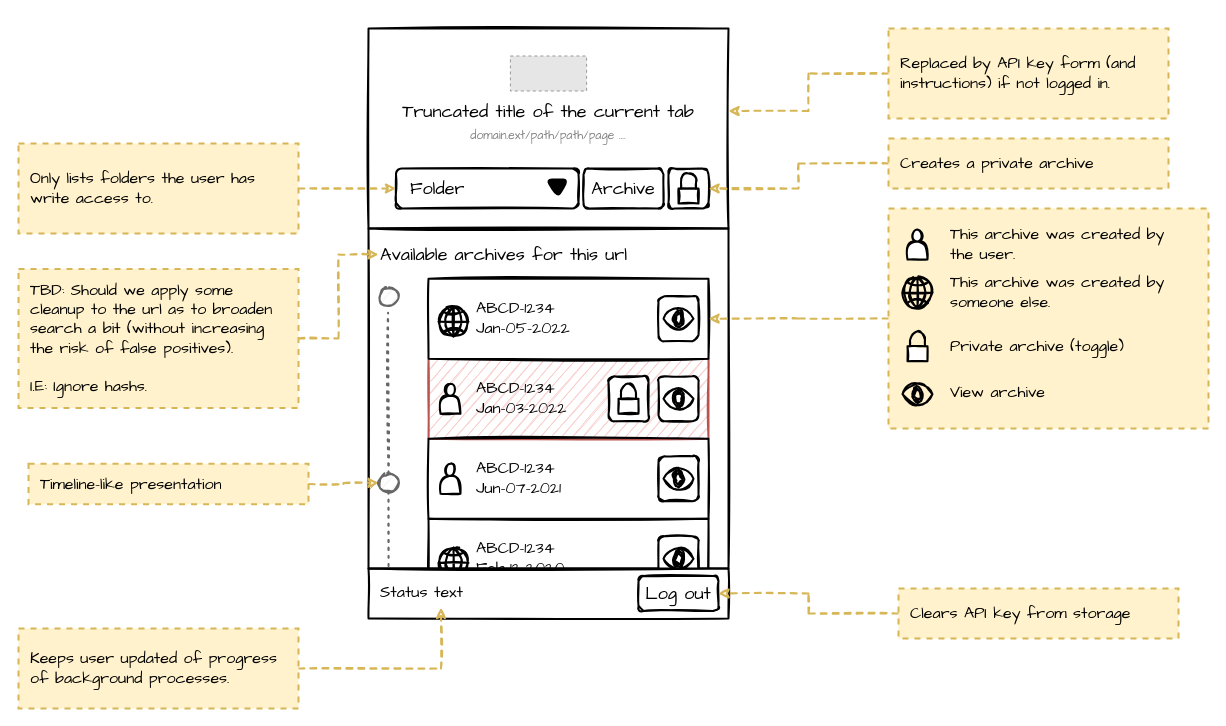
Above: misc/ux-wireframes.drawio in harvard-lil/perma-extension (draw.io), before the change. Source tidied: cells renumbered, new cells numbered last; positions are measured from the earlier drawing's top-left corner, leaving out a move shared by most shapes. Both pictures are drawn from the tidied source at 100%, with x=0, y=0 at pixel (18, 28). Pictures stored in the file or linked from it are replaced by grey dashed boxes.
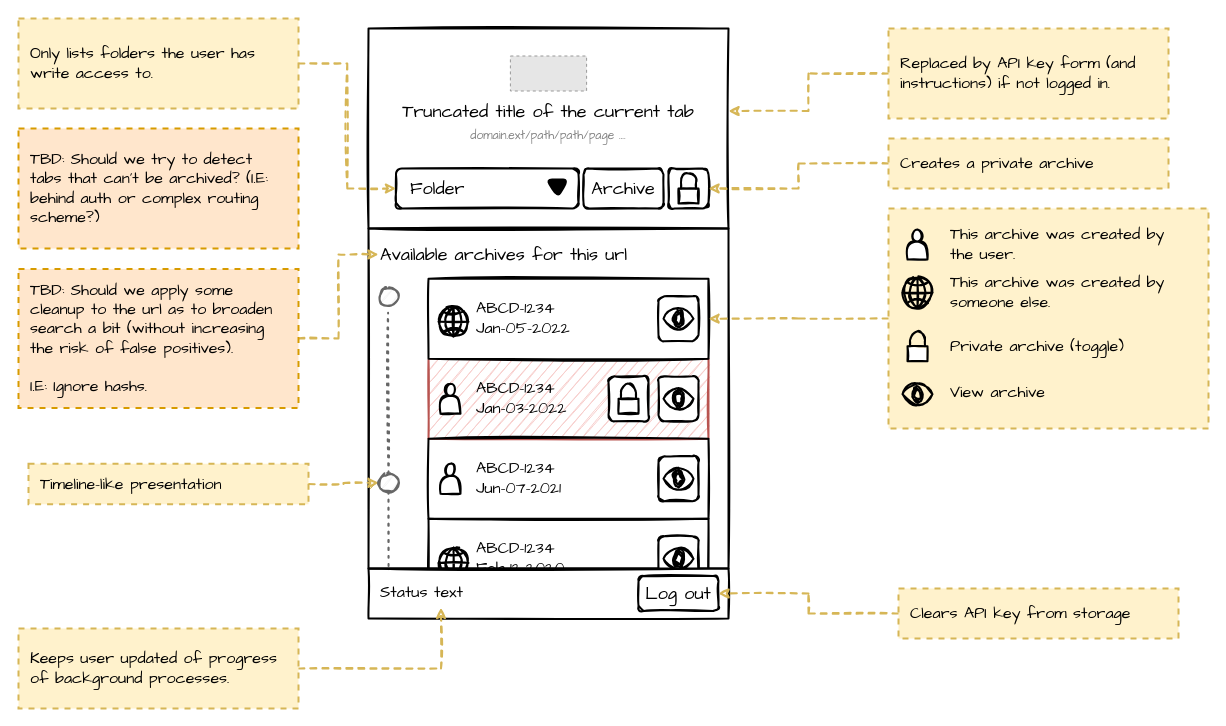
The same diagram, later.

Commit message (it also covers changes not shown here):
Progress: UX Wireframes

Diff of the diagram source:
```diff
@@
     <mxCell id="47" value="Only lists folders the user has write access to.&amp;nbsp;" style="rounded=0;whiteSpace=wrap;html=1;fontFamily=Comic Sans MS;fontSize=16;align=left;comic=0;strokeWidth=2;fillColor=#fff2cc;strokeColor=#d6b656;dashed=1;shadow=0;sketch=0;spacing=12;verticalAlign=middle;" parent="1" vertex="1">
-      <mxGeometry y="115" width="280" height="90" as="geometry" />
+      <mxGeometry y="-10" width="280" height="90" as="geometry" />
     </mxCell>
@@
-    <mxCell id="55" value="TBD: Should we apply some cleanup to the url as to broaden search a bit (without increasing the risk of false positives).&lt;br&gt;&lt;br&gt;I.E: Ignore hashs." style="rounded=0;whiteSpace=wrap;html=1;fontFamily=Comic Sans MS;fontSize=16;align=left;comic=0;strokeWidth=2;fillColor=#fff2cc;strokeColor=#d6b656;dashed=1;shadow=0;sketch=0;spacing=12;verticalAlign=middle;" parent="1" vertex="1">
+    <mxCell id="55" value="TBD: Should we apply some cleanup to the url as to broaden search a bit (without increasing the risk of false positives).&lt;br&gt;&lt;br&gt;I.E: Ignore hashs." style="rounded=0;whiteSpace=wrap;html=1;fontFamily=Comic Sans MS;fontSize=16;align=left;comic=0;strokeWidth=2;fillColor=#ffe6cc;strokeColor=#d79b00;dashed=1;shadow=0;sketch=0;spacing=12;verticalAlign=middle;" parent="1" vertex="1">
       <mxGeometry y="240.4" width="280" height="139" as="geometry" />
     </mxCell>
@@
+    <mxCell id="62" value="TBD: Should we try to detect tabs that can't be archived? (I.E: behind auth or complex routing scheme?)" style="rounded=0;whiteSpace=wrap;html=1;fontFamily=Comic Sans MS;fontSize=16;align=left;comic=0;strokeWidth=2;fillColor=#ffe6cc;strokeColor=#d79b00;dashed=1;shadow=0;sketch=0;spacing=12;verticalAlign=middle;" parent="1" vertex="1">
+      <mxGeometry y="100" width="280" height="120" as="geometry" />
+    </mxCell>
```
